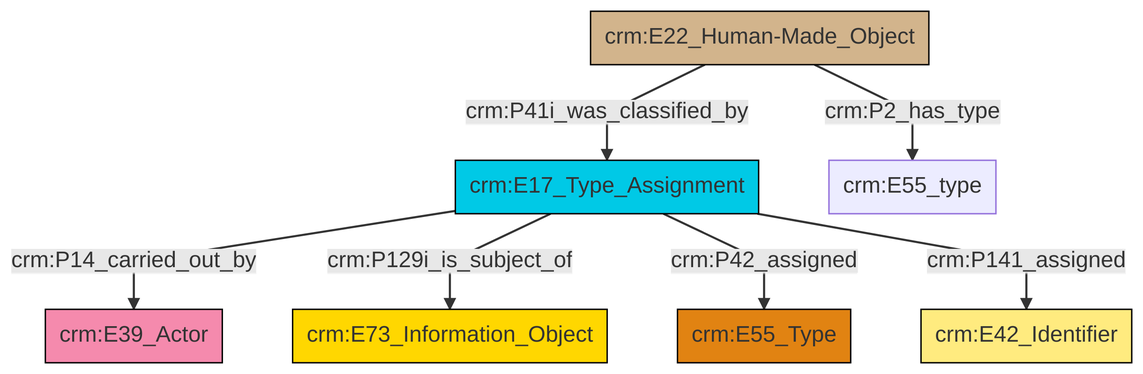
Before: et/builtWorkCSV/ttl/mmd/png/Built_Work_designation_status.png, a diagram exported from Mermaid (swiss-art-research-net/reference-data-models). Its source is kept beside it as et/builtWorkCSV/ttl/mmd/Built_Work_designation_status.ttl.mmd.
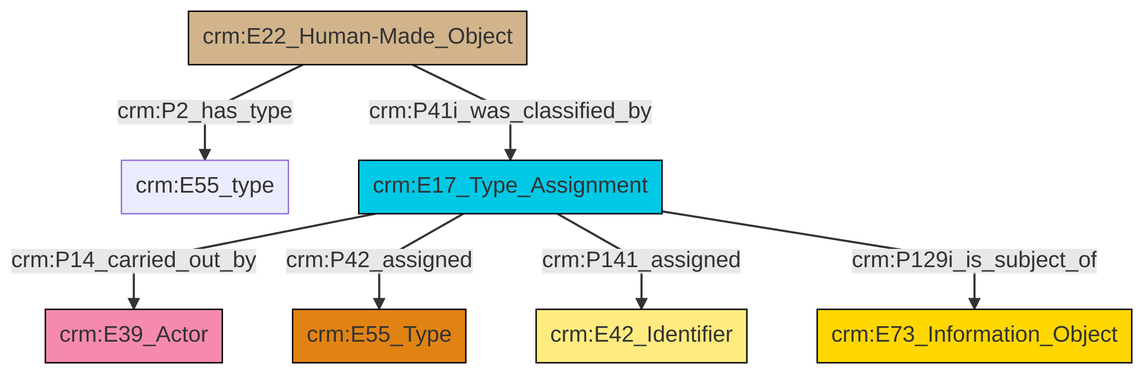
The same diagram one commit later.

Diff of the diagram source:
```diff
@@ -13,9 +13,9 @@
 classDef PC_Classes fill:#4ce600, stroke:#000000;
 classDef Multi fill:#cccccc,stroke:#000000;
 
-2["crm:E17_Type_Assignment"]:::Temporal_Entity -->|crm:P14_carried_out_by| 3["crm:E39_Actor"]:::Actor
-4["crm:E22_Human-Made_Object"]:::Physical_Thing -->|crm:P41i_was_classified_by| 2["crm:E17_Type_Assignment"]:::Temporal_Entity
-2["crm:E17_Type_Assignment"]:::Temporal_Entity -->|crm:P129i_is_subject_of| 7["crm:E73_Information_Object"]:::Conceptual_Object
-2["crm:E17_Type_Assignment"]:::Temporal_Entity -->|crm:P42_assigned| 9["crm:E55_Type"]:::Type
-2["crm:E17_Type_Assignment"]:::Temporal_Entity -->|crm:P141_assigned| 0["crm:E42_Identifier"]:::Appellation
 4["crm:E22_Human-Made_Object"]:::Physical_Thing -->|crm:P2_has_type| 5["crm:E55_type"]:::Default
+4["crm:E22_Human-Made_Object"]:::Physical_Thing -->|crm:P41i_was_classified_by| 9["crm:E17_Type_Assignment"]:::Temporal_Entity
+9["crm:E17_Type_Assignment"]:::Temporal_Entity -->|crm:P14_carried_out_by| 11["crm:E39_Actor"]:::Actor
+9["crm:E17_Type_Assignment"]:::Temporal_Entity -->|crm:P42_assigned| 0["crm:E55_Type"]:::Type
+9["crm:E17_Type_Assignment"]:::Temporal_Entity -->|crm:P141_assigned| 2["crm:E42_Identifier"]:::Appellation
+9["crm:E17_Type_Assignment"]:::Temporal_Entity -->|crm:P129i_is_subject_of| 7["crm:E73_Information_Object"]:::Conceptual_Object
```
